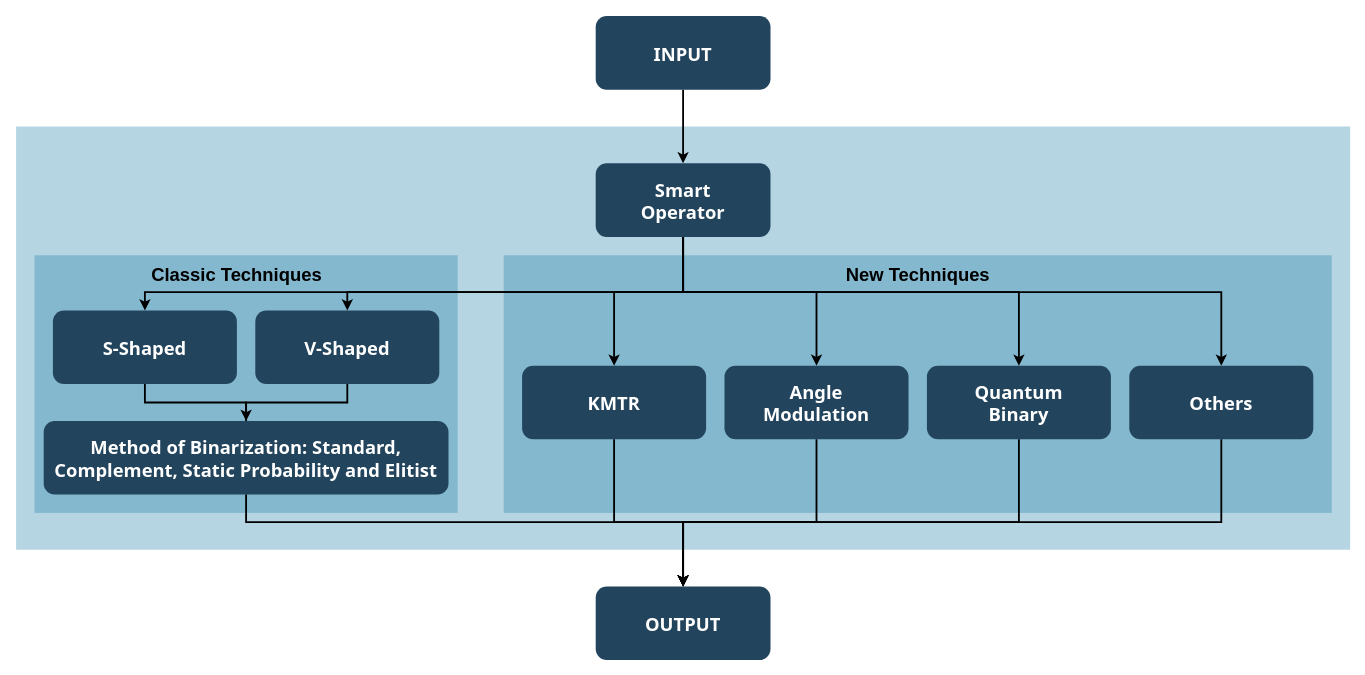
Above: Diagrama_HiperBina.drawio in joselemusr/diagrams_draw.io (draw.io), before the change. Source tidied: cells renumbered, new cells numbered last; positions are measured from the earlier drawing's top-left corner, leaving out a move shared by most shapes. Both pictures are drawn from the tidied source at 92%, with x=0, y=0 at pixel (16, 16).
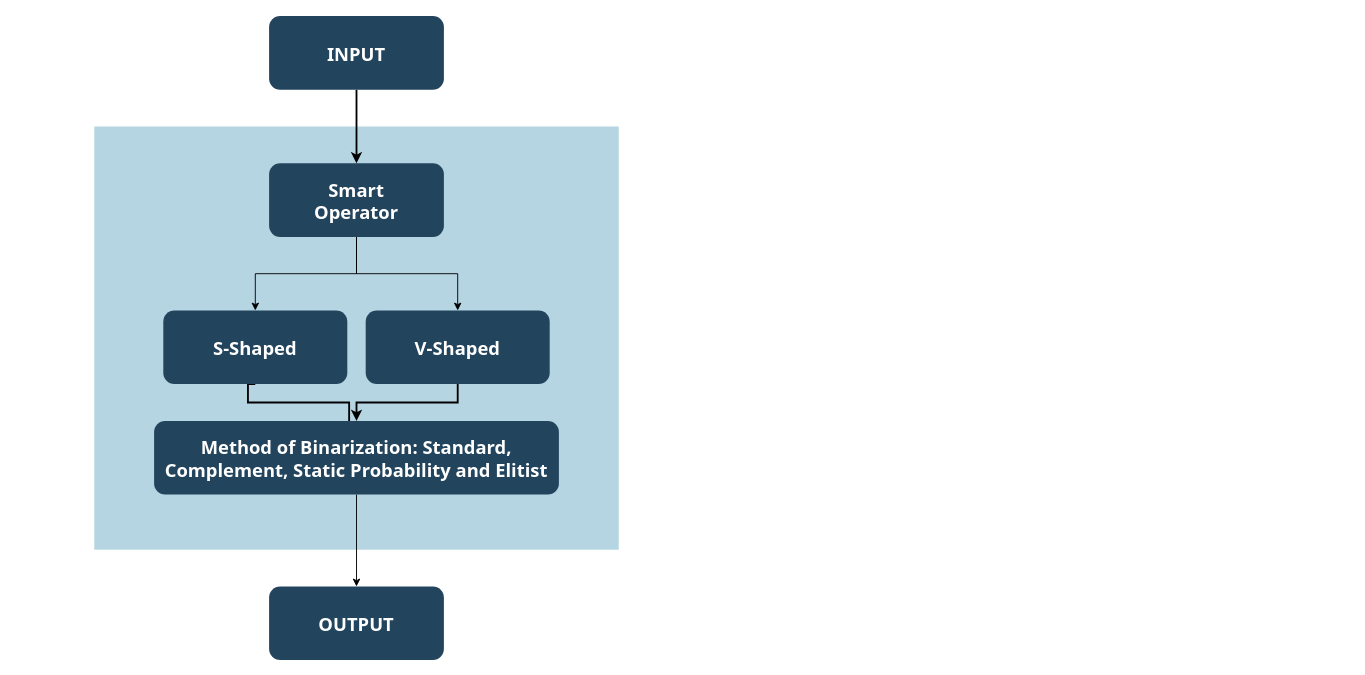
Above is the later version.

Commit message:
Smart operator as a selector of binarization schemes.drawio

The change refers to these unchanged cells:
```xml
<mxCell id="2" style="group;" parent="1" vertex="1">
  <mxGeometry width="1450" height="700" as="geometry" />
</mxCell>
```

Change to the diagram source:
```diff
@@
     <mxCell id="3" style="fillColor=#10739E;strokeColor=none;opacity=30;" parent="2" vertex="1">
-      <mxGeometry y="120" width="1450" height="460" as="geometry" />
+      <mxGeometry x="85" y="120" width="570" height="460" as="geometry" />
     </mxCell>
-    <mxCell id="4" style="fillColor=#10739E;strokeColor=none;opacity=30;" parent="2" vertex="1">
-      <mxGeometry x="530" y="260" width="900" height="280" as="geometry" />
-    </mxCell>
-    <mxCell id="5" style="fillColor=#10739E;strokeColor=none;opacity=30;" parent="2" vertex="1">
-      <mxGeometry x="20" y="260" width="460" height="280" as="geometry" />
-    </mxCell>
+    <mxCell id="14" style="edgeStyle=orthogonalEdgeStyle;rounded=0;jettySize=auto;html=1;" parent="2" edge="1" source="6" target="11">
+      <mxGeometry relative="1" as="geometry" />
+    </mxCell>
+    <mxCell id="15" style="edgeStyle=orthogonalEdgeStyle;rounded=0;jettySize=auto;html=1;" parent="2" edge="1" source="6" target="13">
+      <mxGeometry relative="1" as="geometry" />
+    </mxCell>
     <mxCell id="6" value="Smart &#10;Operator" style="rounded=1;fillColor=#23445D;gradientColor=none;strokeColor=none;fontColor=#FFFFFF;fontStyle=1;fontFamily=Tahoma;fontSize=20;" parent="2" vertex="1">
-      <mxGeometry x="630" y="160" width="190" height="80" as="geometry" />
+      <mxGeometry x="275" y="160" width="190" height="80" as="geometry" />
     </mxCell>
-    <mxCell id="7" value="Others" style="rounded=1;fillColor=#23445D;gradientColor=none;strokeColor=none;fontColor=#FFFFFF;fontStyle=1;fontFamily=Tahoma;fontSize=20;" parent="2" vertex="1">
-      <mxGeometry x="1210" y="380" width="200" height="80" as="geometry" />
-    </mxCell>
-    <mxCell id="8" style="edgeStyle=elbowEdgeStyle;elbow=vertical;strokeWidth=2;rounded=0;" parent="2" edge="1" source="6" target="7">
-      <mxGeometry x="207" y="195.5" as="geometry">
-        <Array as="points">
-          <mxPoint x="1050" y="300" />
-        </Array>
-      </mxGeometry>
-    </mxCell>
-    <mxCell id="9" value="KMTR" style="rounded=1;fillColor=#23445D;gradientColor=none;strokeColor=none;fontColor=#FFFFFF;fontStyle=1;fontFamily=Tahoma;fontSize=20;" parent="2" vertex="1">
-      <mxGeometry x="550" y="380" width="200" height="80" as="geometry" />
-    </mxCell>
-    <mxCell id="10" style="edgeStyle=orthogonalEdgeStyle;rounded=0;jettySize=auto;html=1;exitX=0.5;exitY=1;exitDx=0;exitDy=0;strokeWidth=2;" parent="2" edge="1" source="6" target="9">
-      <mxGeometry relative="1" as="geometry">
-        <Array as="points">
-          <mxPoint x="725" y="300" />
-          <mxPoint x="650" y="300" />
-        </Array>
-      </mxGeometry>
-    </mxCell>
     <mxCell id="11" value="V-Shaped" style="rounded=1;fillColor=#23445D;gradientColor=none;strokeColor=none;fontColor=#FFFFFF;fontStyle=1;fontFamily=Tahoma;fontSize=20;" parent="2" vertex="1">
-      <mxGeometry x="260" y="320" width="200" height="80" as="geometry" />
+      <mxGeometry x="380" y="320" width="200" height="80" as="geometry" />
     </mxCell>
     <mxCell id="12" style="edgeStyle=orthogonalEdgeStyle;rounded=0;jettySize=auto;html=1;exitX=0.5;exitY=1;exitDx=0;exitDy=0;strokeWidth=2;" parent="2" edge="1" source="13">
       <mxGeometry relative="1" as="geometry">
-        <mxPoint x="250" y="460" as="targetPoint" />
+        <mxPoint x="362" y="460" as="targetPoint" />
         <Array as="points">
-          <mxPoint x="140" y="420" />
-          <mxPoint x="250" y="420" />
+          <mxPoint x="252" y="420" />
+          <mxPoint x="362" y="420" />
         </Array>
       </mxGeometry>
     </mxCell>
     <mxCell id="13" value="S-Shaped" style="rounded=1;fillColor=#23445D;gradientColor=none;strokeColor=none;fontColor=#FFFFFF;fontStyle=1;fontFamily=Tahoma;fontSize=20;" parent="2" vertex="1">
-      <mxGeometry x="40" y="320" width="200" height="80" as="geometry" />
+      <mxGeometry x="160" y="320" width="200" height="80" as="geometry" />
     </mxCell>
-    <mxCell id="14" style="edgeStyle=elbowEdgeStyle;elbow=vertical;strokeWidth=2;rounded=0;" parent="2" edge="1" source="6" target="11">
-      <mxGeometry x="217" y="205.5" as="geometry">
-        <Array as="points">
-          <mxPoint x="550" y="300" />
-        </Array>
-      </mxGeometry>
-    </mxCell>
-    <mxCell id="15" style="edgeStyle=elbowEdgeStyle;elbow=vertical;strokeWidth=2;rounded=0;" parent="2" edge="1" source="6" target="13">
-      <mxGeometry x="-153" y="115.5" as="geometry">
-        <Array as="points">
-          <mxPoint x="430" y="300" />
-        </Array>
-      </mxGeometry>
-    </mxCell>
@@
     <mxCell id="17" value="INPUT" style="rounded=1;fillColor=#23445D;gradientColor=none;strokeColor=none;fontColor=#FFFFFF;fontStyle=1;fontFamily=Tahoma;fontSize=20;" parent="2" vertex="1">
-      <mxGeometry x="630" width="190" height="80" as="geometry" />
+      <mxGeometry x="275" width="190" height="80" as="geometry" />
     </mxCell>
-    <mxCell id="18" value="Angle &#10;Modulation" style="rounded=1;fillColor=#23445D;gradientColor=none;strokeColor=none;fontColor=#FFFFFF;fontStyle=1;fontFamily=Tahoma;fontSize=20;" parent="2" vertex="1">
-      <mxGeometry x="770" y="380" width="200" height="80" as="geometry" />
-    </mxCell>
-    <mxCell id="19" style="edgeStyle=orthogonalEdgeStyle;rounded=0;jettySize=auto;html=1;exitX=0.5;exitY=1;exitDx=0;exitDy=0;entryX=0.5;entryY=0;entryDx=0;entryDy=0;strokeWidth=2;" parent="2" edge="1" source="6" target="18">
-      <mxGeometry relative="1" as="geometry">
-        <Array as="points">
-          <mxPoint x="725" y="300" />
-          <mxPoint x="870" y="300" />
-        </Array>
-      </mxGeometry>
-    </mxCell>
-    <mxCell id="20" value="Quantum &#10;Binary" style="rounded=1;fillColor=#23445D;gradientColor=none;strokeColor=none;fontColor=#FFFFFF;fontStyle=1;fontFamily=Tahoma;fontSize=20;" parent="2" vertex="1">
-      <mxGeometry x="990" y="380" width="200" height="80" as="geometry" />
-    </mxCell>
-    <mxCell id="21" style="edgeStyle=orthogonalEdgeStyle;rounded=0;jettySize=auto;html=1;exitX=0.5;exitY=1;exitDx=0;exitDy=0;entryX=0.5;entryY=0;entryDx=0;entryDy=0;strokeWidth=2;" parent="2" edge="1" source="6" target="20">
-      <mxGeometry relative="1" as="geometry">
-        <Array as="points">
-          <mxPoint x="725" y="300" />
-          <mxPoint x="1090" y="300" />
-        </Array>
-      </mxGeometry>
-    </mxCell>
+    <mxCell id="31" style="edgeStyle=orthogonalEdgeStyle;rounded=0;jettySize=auto;html=1;entryX=0.5;entryY=0;entryDx=0;entryDy=0;" parent="2" edge="1" source="22" target="24">
+      <mxGeometry relative="1" as="geometry" />
+    </mxCell>
     <mxCell id="22" value="Method of Binarization: Standard, &#10;Complement, Static Probability and Elitist" style="rounded=1;fillColor=#23445D;gradientColor=none;strokeColor=none;fontColor=#FFFFFF;fontStyle=1;fontFamily=Tahoma;fontSize=20;" parent="2" vertex="1">
-      <mxGeometry x="30" y="440" width="440" height="80" as="geometry" />
+      <mxGeometry x="150" y="440" width="440" height="80" as="geometry" />
     </mxCell>
@@
     <mxCell id="24" value="OUTPUT" style="rounded=1;fillColor=#23445D;gradientColor=none;strokeColor=none;fontColor=#FFFFFF;fontStyle=1;fontFamily=Tahoma;fontSize=20;" parent="2" vertex="1">
-      <mxGeometry x="630" y="620" width="190" height="80" as="geometry" />
+      <mxGeometry x="275" y="620" width="190" height="80" as="geometry" />
     </mxCell>
-    <mxCell id="25" style="edgeStyle=orthogonalEdgeStyle;rounded=0;jettySize=auto;html=1;exitX=0.5;exitY=1;exitDx=0;exitDy=0;entryX=0.5;entryY=0;entryDx=0;entryDy=0;strokeWidth=2;fontSize=20;" parent="2" edge="1" source="7" target="24">
-      <mxGeometry relative="1" as="geometry">
-        <Array as="points">
-          <mxPoint x="1310" y="550" />
-          <mxPoint x="725" y="550" />
-        </Array>
-      </mxGeometry>
-    </mxCell>
-    <mxCell id="26" style="edgeStyle=orthogonalEdgeStyle;rounded=0;jettySize=auto;html=1;exitX=0.5;exitY=1;exitDx=0;exitDy=0;entryX=0.5;entryY=0;entryDx=0;entryDy=0;strokeWidth=2;fontSize=20;" parent="2" edge="1" source="9" target="24">
-      <mxGeometry relative="1" as="geometry">
-        <Array as="points">
-          <mxPoint x="650" y="550" />
-          <mxPoint x="725" y="550" />
-        </Array>
-      </mxGeometry>
-    </mxCell>
-    <mxCell id="27" value="Classic Techniques" style="rounded=0;fillColor=none;strokeColor=none;strokeWidth=1;fontSize=20;fontStyle=1;fontColor=#000000;labelBackgroundColor=none;labelBorderColor=none;whiteSpace=wrap;html=1;" parent="2" vertex="1">
-      <mxGeometry x="139" y="260" width="202" height="40" as="geometry" />
-    </mxCell>
-    <mxCell id="28" value="New Techniques" style="rounded=0;fillColor=none;strokeColor=none;strokeWidth=1;fontSize=20;fontStyle=1;fontColor=#000000;labelBackgroundColor=none;labelBorderColor=none;whiteSpace=wrap;html=1;" parent="2" vertex="1">
-      <mxGeometry x="897.5" y="260" width="165" height="40" as="geometry" />
-    </mxCell>
-    <mxCell id="29" style="edgeStyle=orthogonalEdgeStyle;rounded=0;jettySize=auto;html=1;exitX=0.5;exitY=1;exitDx=0;exitDy=0;strokeWidth=2;fontSize=20;" parent="2" edge="1" source="18" target="24">
-      <mxGeometry relative="1" as="geometry">
-        <Array as="points">
-          <mxPoint x="870" y="550" />
-          <mxPoint x="725" y="550" />
-        </Array>
-      </mxGeometry>
-    </mxCell>
-    <mxCell id="30" style="edgeStyle=orthogonalEdgeStyle;rounded=0;jettySize=auto;html=1;exitX=0.5;exitY=1;exitDx=0;exitDy=0;entryX=0.5;entryY=0;entryDx=0;entryDy=0;strokeWidth=2;fontSize=20;" parent="2" edge="1" source="20" target="24">
-      <mxGeometry relative="1" as="geometry">
-        <Array as="points">
-          <mxPoint x="1090" y="550" />
-          <mxPoint x="725" y="550" />
-        </Array>
-      </mxGeometry>
-    </mxCell>
-    <mxCell id="31" style="edgeStyle=orthogonalEdgeStyle;rounded=0;jettySize=auto;html=1;exitX=0.5;exitY=1;exitDx=0;exitDy=0;entryX=0.5;entryY=0;entryDx=0;entryDy=0;strokeWidth=2;fontSize=20;" parent="2" edge="1" source="22" target="24">
-      <mxGeometry relative="1" as="geometry">
-        <Array as="points">
-          <mxPoint x="250" y="550" />
-          <mxPoint x="725" y="550" />
-        </Array>
-      </mxGeometry>
-    </mxCell>
```
